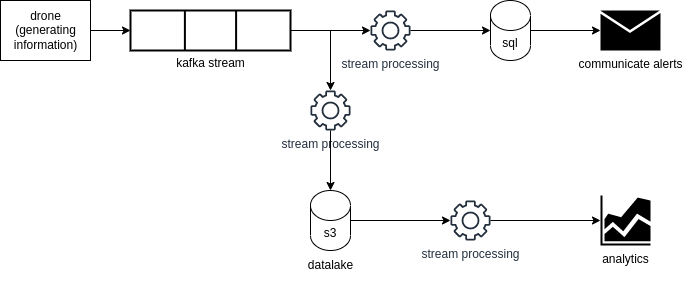
Before: schemas/schema_architecture.png, a diagram exported from draw.io (ClovisDyArx/intro-data-eng). Source tidied: cells renumbered, new cells last; positions are measured from the earlier drawing's top-left corner, leaving out a move shared by most shapes.
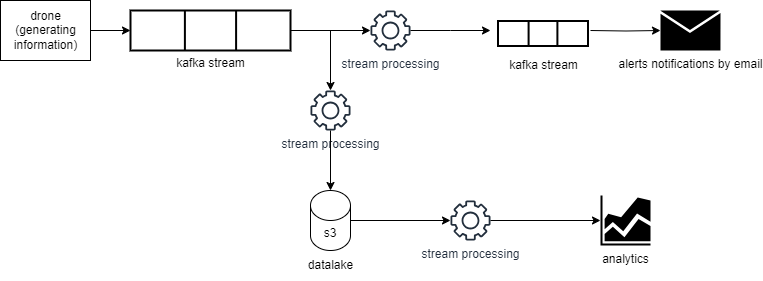
The same file after the commit.

Commit message:
feat: localDate to LocalDateTime and modification of the schema

The edit, as a diff of the source:
```diff
@@ -23,17 +23,18 @@
     <mxCell id="8" value="stream processing" style="sketch=0;outlineConnect=0;fontColor=#232F3E;gradientColor=none;fillColor=#232F3D;strokeColor=none;dashed=0;verticalLabelPosition=bottom;verticalAlign=top;align=center;html=1;fontSize=12;fontStyle=0;shape=mxgraph.aws4.gear;" parent="1" vertex="1">
       <mxGeometry x="370" y="60" width="40" height="40" as="geometry" />
     </mxCell>
-    <mxCell id="9" style="edgeStyle=orthogonalEdgeStyle;rounded=0;jettySize=auto;html=1;" parent="1" edge="1" source="10" target="12">
-      <mxGeometry relative="1" as="geometry" />
+    <mxCell id="9" style="edgeStyle=orthogonalEdgeStyle;rounded=0;jettySize=auto;html=1;" parent="1" edge="1" target="12">
+      <mxGeometry relative="1" as="geometry">
+        <mxPoint x="590" y="80" as="sourcePoint" />
+      </mxGeometry>
     </mxCell>
-    <mxCell id="10" value="sql" style="shape=cylinder3;whiteSpace=wrap;html=1;boundedLbl=1;backgroundOutline=1;size=15;" parent="1" vertex="1">
-      <mxGeometry x="490" y="50" width="40" height="60" as="geometry" />
-    </mxCell>
-    <mxCell id="11" style="edgeStyle=orthogonalEdgeStyle;rounded=0;jettySize=auto;html=1;entryX=0;entryY=0.5;entryDx=0;entryDy=0;entryPerimeter=0;" parent="1" edge="1" source="8" target="10">
-      <mxGeometry relative="1" as="geometry" />
+    <mxCell id="11" style="edgeStyle=orthogonalEdgeStyle;rounded=0;jettySize=auto;html=1;entryX=0;entryY=0.5;entryDx=0;entryDy=0;entryPerimeter=0;" parent="1" edge="1" source="8">
+      <mxGeometry relative="1" as="geometry">
+        <mxPoint x="490" y="80" as="targetPoint" />
+      </mxGeometry>
     </mxCell>
-    <mxCell id="12" value="communicate alerts" style="sketch=0;shadow=0;dashed=0;html=1;strokeColor=none;fillColor=#000000;labelPosition=center;verticalLabelPosition=bottom;verticalAlign=top;align=center;outlineConnect=0;shape=mxgraph.veeam2.letter;" parent="1" vertex="1">
-      <mxGeometry x="600" y="60" width="60" height="40" as="geometry" />
+    <mxCell id="12" value="alerts notifications by email" style="sketch=0;shadow=0;dashed=0;strokeColor=none;fillColor=#000000;labelPosition=center;verticalLabelPosition=bottom;verticalAlign=top;align=center;outlineConnect=0;shape=mxgraph.veeam2.letter;html=1;" parent="1" vertex="1">
+      <mxGeometry x="660" y="60" width="60" height="40" as="geometry" />
     </mxCell>
     <mxCell id="13" value="stream processing" style="sketch=0;outlineConnect=0;fontColor=#232F3E;gradientColor=none;fillColor=#232F3D;strokeColor=none;dashed=0;verticalLabelPosition=bottom;verticalAlign=top;align=center;html=1;fontSize=12;fontStyle=0;shape=mxgraph.aws4.gear;" parent="1" vertex="1">
       <mxGeometry x="310" y="140" width="40" height="40" as="geometry" />
@@ -59,5 +60,11 @@
     <mxCell id="20" style="edgeStyle=orthogonalEdgeStyle;rounded=0;jettySize=auto;html=1;entryX=0;entryY=0.5;entryDx=0;entryDy=0;entryPerimeter=0;" parent="1" edge="1" source="18" target="19">
       <mxGeometry relative="1" as="geometry" />
     </mxCell>
+    <mxCell id="21" style="strokeWidth=2;html=1;shape=mxgraph.lean_mapping.buffer_or_safety_stock;rotation=-90;" parent="1" vertex="1">
+      <mxGeometry x="530" y="38" width="25" height="90" as="geometry" />
+    </mxCell>
+    <mxCell id="22" value="kafka stream" style="text;html=1;align=center;verticalAlign=middle;strokeColor=none;fillColor=none;" parent="1" vertex="1">
+      <mxGeometry x="497.5" y="100" width="90" height="30" as="geometry" />
+    </mxCell>
   </root>
 </mxGraphModel>
```
